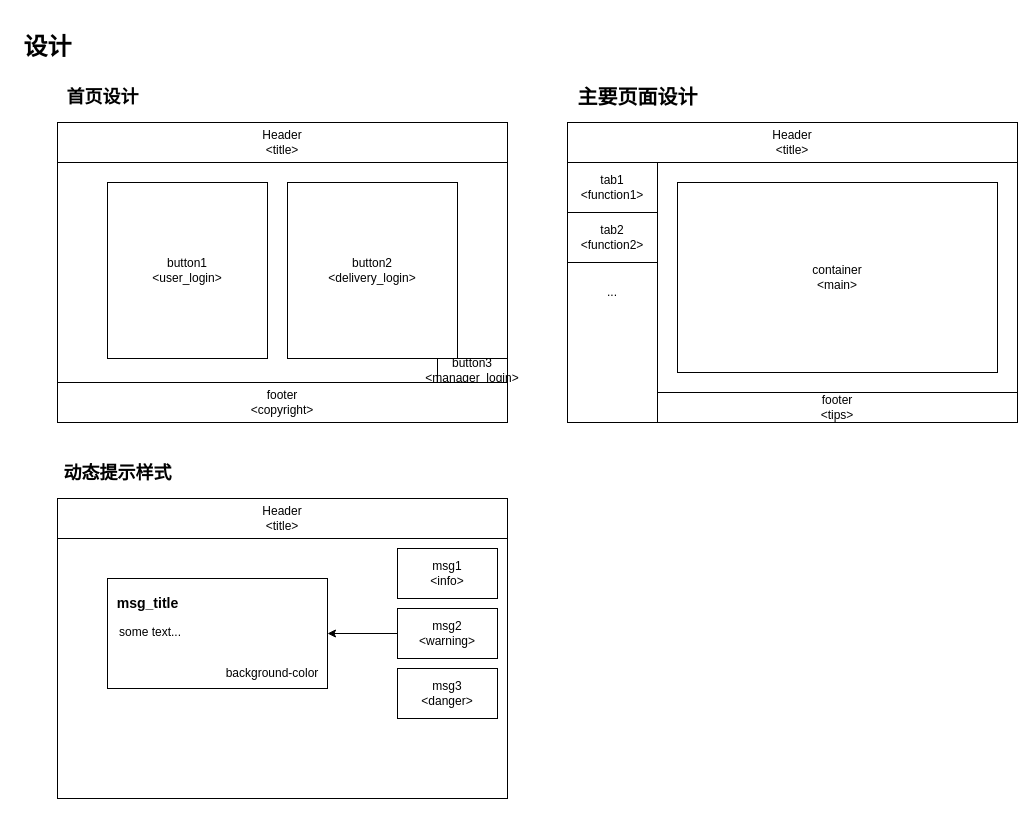
The draw.io diagram flowChart/design.drawio in Patrick-Star-CN/takeout_bin, before the edit. Source tidied: cells renumbered, new cells numbered last; positions are measured from the earlier drawing's top-left corner, leaving out a move shared by most shapes. Both pictures are drawn from the tidied source at 100%, with x=0, y=0 at pixel (17, 22).
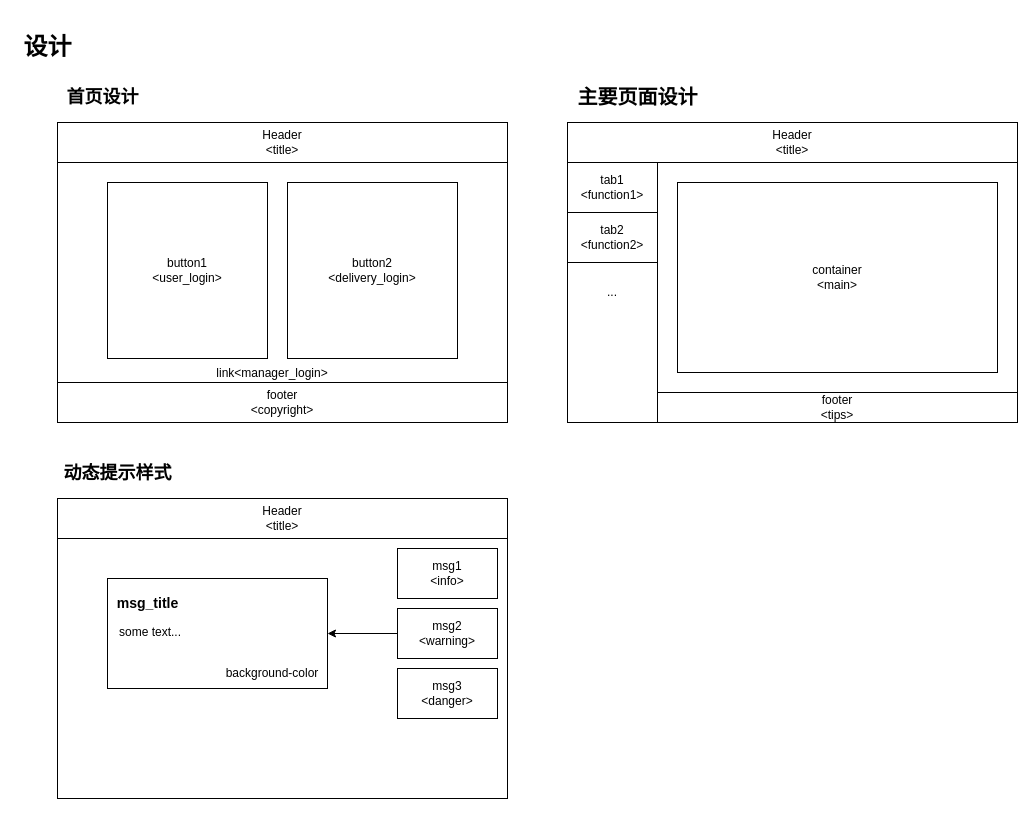
Above is the later version.

What changed in the source:
```diff
@@
-    <mxCell id="13" value="button3&lt;br&gt;&amp;lt;manager_login&amp;gt;" style="rounded=0;whiteSpace=wrap;html=1;fontSize=12;" parent="1" vertex="1">
-      <mxGeometry x="420" y="336" width="70" height="24" as="geometry" />
-    </mxCell>
@@
+    <mxCell id="29" value="link&amp;lt;manager_login&amp;gt;&lt;br&gt;" style="text;html=1;strokeColor=none;fillColor=none;align=center;verticalAlign=middle;whiteSpace=wrap;rounded=0;" parent="1" vertex="1">
+      <mxGeometry x="225" y="336" width="60" height="30" as="geometry" />
+    </mxCell>
```
